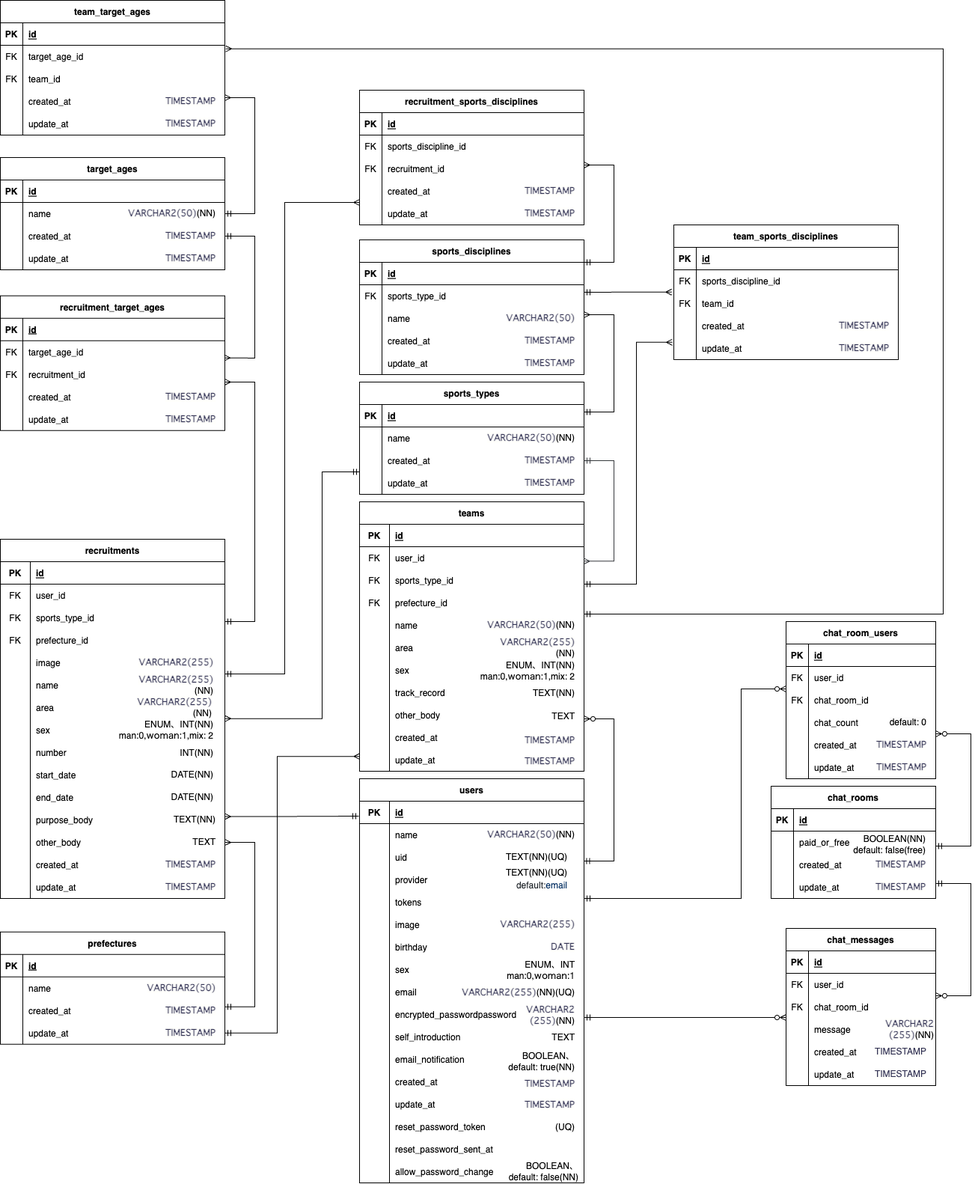
Before: drawing/er図.png, a diagram exported from draw.io (toshinori-m/stay_connect). Source tidied: cells renumbered, new cells last; positions are measured from the earlier drawing's top-left corner, leaving out a move shared by most shapes.
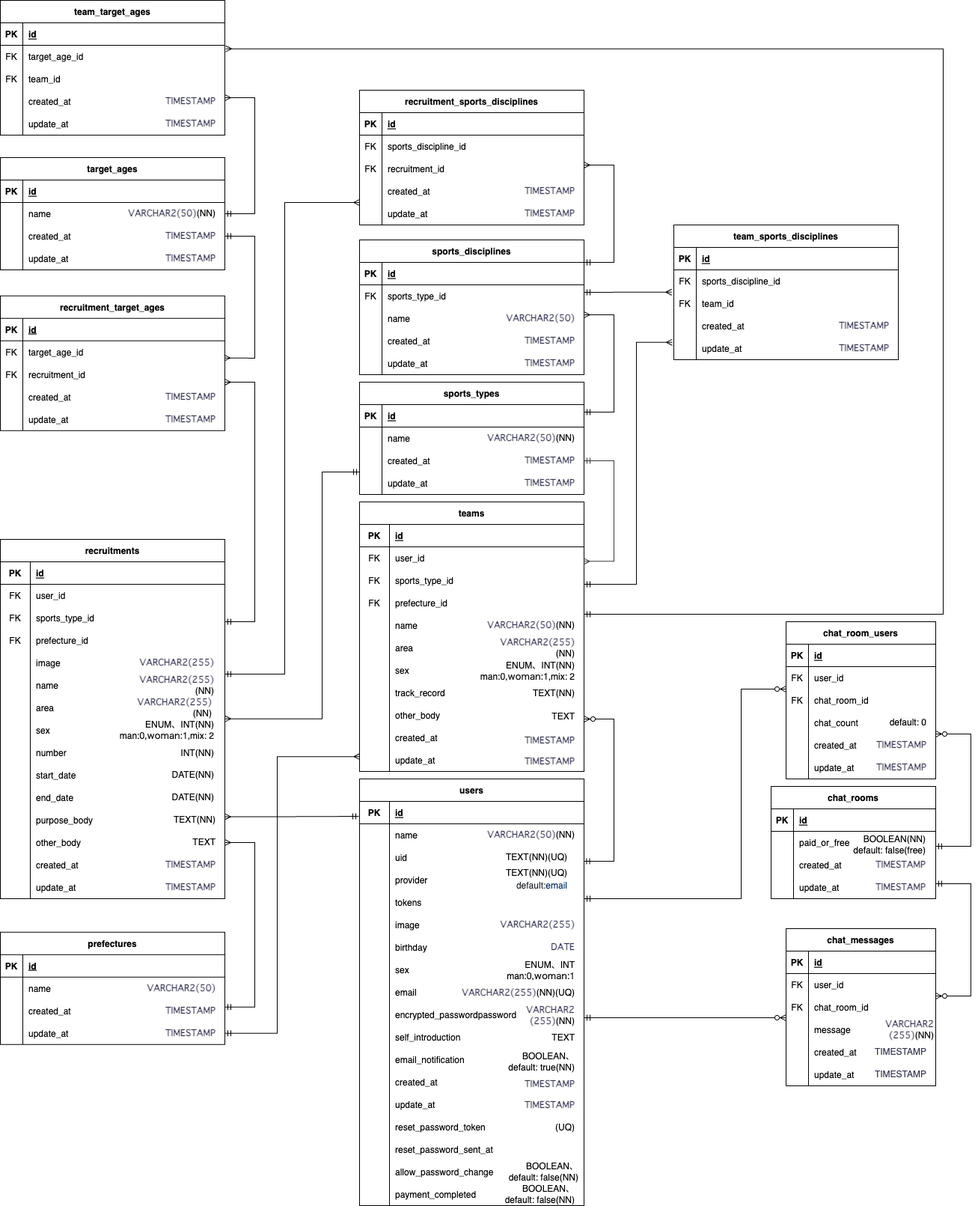
Later version of the same file.

What changed in the source:
```diff
@@ -3,7 +3,7 @@
     <mxCell id="0" />
     <mxCell id="1" parent="0" />
     <mxCell id="2" value="users" style="shape=table;startSize=30;rowLines=0;fontStyle=1;align=center;columnLines=1;resizeLastRow=0;arcSize=15;absoluteArcSize=0;rounded=0;shadow=0;" parent="1" vertex="1">
-      <mxGeometry x="480" y="1040" width="300" height="540" as="geometry" />
+      <mxGeometry x="480" y="1040" width="300" height="570" as="geometry" />
     </mxCell>
     <mxCell id="3" style="shape=tableRow;horizontal=0;startSize=0;swimlaneHead=0;swimlaneBody=0;fillColor=none;top=0;left=0;right=0;bottom=1;" parent="2" vertex="1">
       <mxGeometry y="30" width="300" height="30" as="geometry" />
@@ -158,6 +158,15 @@
     <mxCell id="53" value="allow_password_change" style="shape=partialRectangle;fillColor=none;top=0;left=0;bottom=0;right=0;align=left;spacingLeft=6;overflow=hidden;" parent="51" vertex="1">
       <mxGeometry x="40" width="260" height="30" as="geometry" />
     </mxCell>
+    <mxCell id="386" style="shape=tableRow;horizontal=0;startSize=0;swimlaneHead=0;swimlaneBody=0;fillColor=none;top=0;left=0;right=0;bottom=0;" parent="2" vertex="1">
+      <mxGeometry y="540" width="300" height="30" as="geometry" />
+    </mxCell>
+    <mxCell id="387" style="shape=partialRectangle;fillColor=none;top=0;left=0;bottom=0;right=0;overflow=hidden;" parent="386" vertex="1">
+      <mxGeometry width="40" height="30" as="geometry" />
+    </mxCell>
+    <mxCell id="388" value="payment_completed" style="shape=partialRectangle;fillColor=none;top=0;left=0;bottom=0;right=0;align=left;spacingLeft=6;overflow=hidden;" parent="386" vertex="1">
+      <mxGeometry x="40" width="260" height="30" as="geometry" />
+    </mxCell>
     <mxCell id="54" value="chat_messages" style="shape=table;startSize=30;rowLines=0;fontStyle=1;align=center;" parent="1" vertex="1">
       <mxGeometry x="1050" y="1240" width="200" height="210" as="geometry" />
     </mxCell>
@@ -1277,5 +1286,8 @@
     <mxCell id="385" value="&lt;div style=&quot;color: rgb(36, 41, 46); background-color: rgb(255, 255, 255); font-family: &amp;quot;Ricty Diminished&amp;quot;, Menlo, Monaco, &amp;quot;Courier New&amp;quot;, monospace; line-height: 18px;&quot;&gt;&lt;span style=&quot;color: rgb(0, 0, 0); font-family: Helvetica; background-color: rgb(251, 251, 251);&quot;&gt;default: 0&lt;/span&gt;&lt;br&gt;&lt;/div&gt;" style="rounded=0;whiteSpace=wrap;html=1;fillColor=none;strokeColor=none;align=right;" parent="1" vertex="1">
       <mxGeometry x="1120" y="950" width="120" height="30" as="geometry" />
     </mxCell>
+    <mxCell id="389" value="BOOLEAN、default:&amp;nbsp;false(NN)" style="rounded=0;whiteSpace=wrap;html=1;fillColor=none;strokeColor=none;align=right;" parent="1" vertex="1">
+      <mxGeometry x="620" y="1580" width="150" height="30" as="geometry" />
+    </mxCell>
   </root>
 </mxGraphModel>
```
